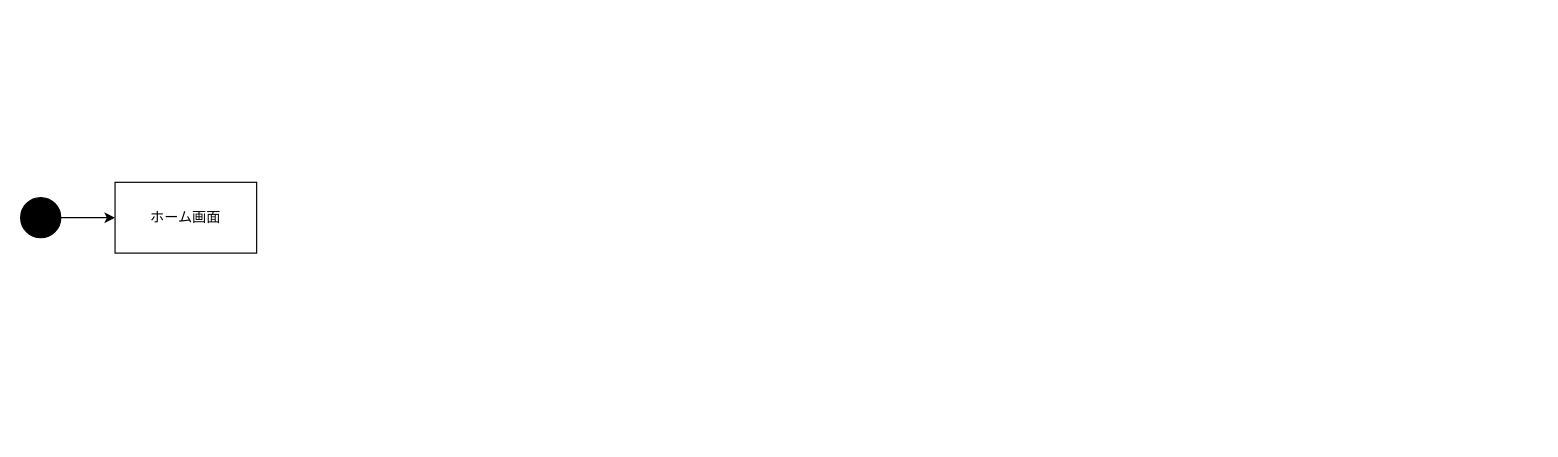
Above: page "アカウント" (3 of 3) of desing/STD.dio in miyong00/ServerProgramming-2026 (draw.io), before the change. Source tidied: cells renumbered, new cells numbered last; positions are measured from the earlier drawing's top-left corner, leaving out a move shared by most shapes. Both pictures are drawn from the tidied source at 118%, with x=0, y=0 at pixel (20, 182).
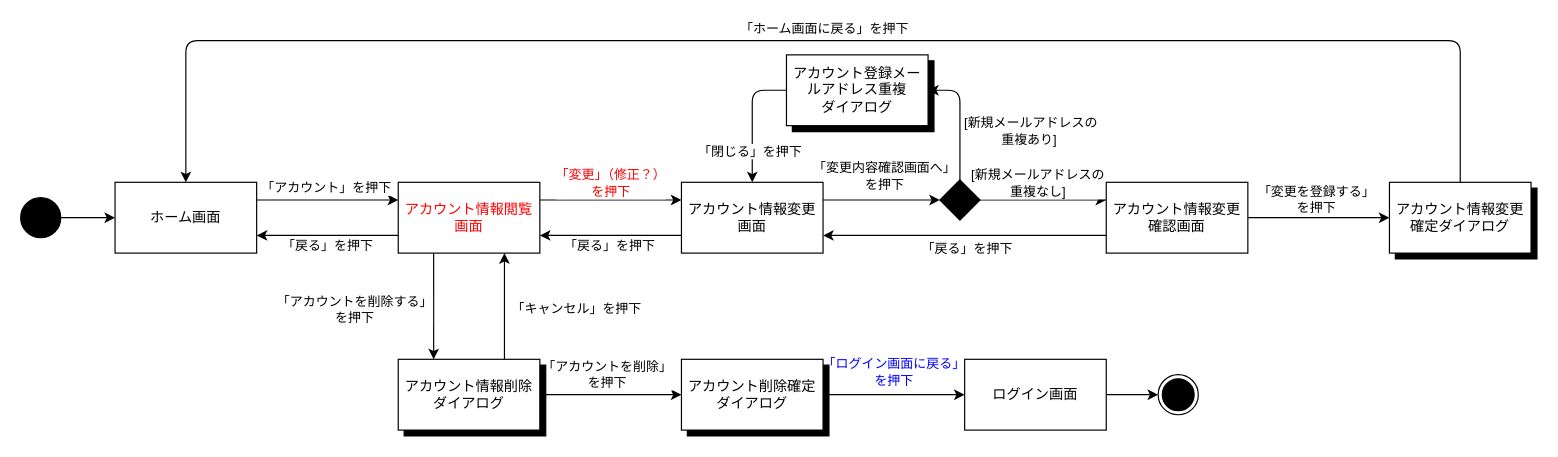
Above is the later version.

Commit message:
feat: アカウントの画面遷移図

The change refers to these unchanged cells:
```xml
<mxCell id="2" value="ホーム画面" style="rounded=0;whiteSpace=wrap;html=1;" parent="1" vertex="1">
  <mxGeometry x="80" width="120" height="60" as="geometry" />
</mxCell>
```

What changed in the source:
```diff
@@
+    <mxCell id="5" style="edgeStyle=none;html=1;exitX=1;exitY=0.25;exitDx=0;exitDy=0;entryX=0;entryY=0.25;entryDx=0;entryDy=0;" parent="1" edge="1" source="2" target="13">
+      <mxGeometry relative="1" as="geometry" />
+    </mxCell>
+    <mxCell id="6" value="「アカウント」を押下" style="edgeLabel;html=1;align=center;verticalAlign=middle;" parent="5" vertex="1">
+      <mxGeometry x="-0.03" y="2" relative="1" as="geometry">
+        <mxPoint y="-9" as="offset" />
+      </mxGeometry>
+    </mxCell>
@@
+    <mxCell id="7" style="edgeStyle=none;html=1;exitX=0;exitY=0.75;exitDx=0;exitDy=0;entryX=1;entryY=0.75;entryDx=0;entryDy=0;" parent="1" edge="1" source="13" target="2">
+      <mxGeometry relative="1" as="geometry" />
+    </mxCell>
+    <mxCell id="8" value="「戻る」を押下" style="edgeLabel;html=1;align=center;verticalAlign=middle;" parent="7" vertex="1">
+      <mxGeometry x="0.01" y="2" relative="1" as="geometry">
+        <mxPoint y="6" as="offset" />
+      </mxGeometry>
+    </mxCell>
+    <mxCell id="9" style="edgeStyle=none;html=1;exitX=1;exitY=0.25;exitDx=0;exitDy=0;entryX=0;entryY=0.25;entryDx=0;entryDy=0;" parent="1" edge="1" source="13" target="18">
+      <mxGeometry relative="1" as="geometry" />
+    </mxCell>
+    <mxCell id="10" value="&lt;span style=&quot;color: rgb(255, 0, 0);&quot;&gt;「変更」（修正？）&lt;/span&gt;&lt;div&gt;&lt;span style=&quot;color: rgb(255, 0, 0);&quot;&gt;を押下&lt;/span&gt;&lt;/div&gt;" style="edgeLabel;html=1;align=center;verticalAlign=middle;" parent="9" vertex="1">
+      <mxGeometry x="-0.01" relative="1" as="geometry">
+        <mxPoint y="-15" as="offset" />
+      </mxGeometry>
+    </mxCell>
+    <mxCell id="11" style="edgeStyle=none;html=1;exitX=0.25;exitY=1;exitDx=0;exitDy=0;entryX=0.25;entryY=0;entryDx=0;entryDy=0;" parent="1" edge="1" source="13" target="52">
+      <mxGeometry relative="1" as="geometry" />
+    </mxCell>
+    <mxCell id="12" value="「アカウントを削除する」&lt;div&gt;を押下&lt;/div&gt;" style="edgeLabel;html=1;align=center;verticalAlign=middle;" parent="11" vertex="1">
+      <mxGeometry x="-0.07" y="1" relative="1" as="geometry">
+        <mxPoint x="-69" y="5" as="offset" />
+      </mxGeometry>
+    </mxCell>
+    <mxCell id="13" value="&lt;span style=&quot;color: rgb(255, 0, 0);&quot;&gt;アカウント情報閲覧画面&lt;/span&gt;" style="rounded=0;whiteSpace=wrap;html=1;" parent="1" vertex="1">
+      <mxGeometry x="320" width="120" height="60" as="geometry" />
+    </mxCell>
+    <mxCell id="14" style="edgeStyle=none;html=1;exitX=0;exitY=0.75;exitDx=0;exitDy=0;entryX=1;entryY=0.75;entryDx=0;entryDy=0;" parent="1" edge="1" source="18" target="13">
+      <mxGeometry relative="1" as="geometry" />
+    </mxCell>
+    <mxCell id="15" value="「戻る」を押下" style="edgeLabel;html=1;align=center;verticalAlign=middle;" parent="14" vertex="1">
+      <mxGeometry x="0.03" y="1" relative="1" as="geometry">
+        <mxPoint y="7" as="offset" />
+      </mxGeometry>
+    </mxCell>
+    <mxCell id="16" style="edgeStyle=none;html=1;exitX=1;exitY=0.25;exitDx=0;exitDy=0;entryX=0;entryY=0.5;entryDx=0;entryDy=0;" parent="1" edge="1" source="18" target="30">
+      <mxGeometry relative="1" as="geometry" />
+    </mxCell>
+    <mxCell id="17" value="「変更内容確認画面へ」&lt;div&gt;を押下&lt;/div&gt;" style="edgeLabel;html=1;align=center;verticalAlign=middle;" parent="16" vertex="1">
+      <mxGeometry x="-0.13" relative="1" as="geometry">
+        <mxPoint x="8" y="-21" as="offset" />
+      </mxGeometry>
+    </mxCell>
+    <mxCell id="18" value="アカウント情報変更画面" style="whiteSpace=wrap;html=1;" parent="1" vertex="1">
+      <mxGeometry x="560" width="120" height="60" as="geometry" />
+    </mxCell>
+    <mxCell id="19" style="edgeStyle=none;html=1;exitX=0;exitY=0.75;exitDx=0;exitDy=0;entryX=1;entryY=0.75;entryDx=0;entryDy=0;" parent="1" edge="1" source="23" target="18">
+      <mxGeometry relative="1" as="geometry" />
+    </mxCell>
+    <mxCell id="20" value="「戻る」を押下" style="edgeLabel;html=1;align=center;verticalAlign=middle;" parent="19" vertex="1">
+      <mxGeometry x="-0.02" y="1" relative="1" as="geometry">
+        <mxPoint x="-1" y="9" as="offset" />
+      </mxGeometry>
+    </mxCell>
+    <mxCell id="21" style="edgeStyle=none;html=1;exitX=1;exitY=0.5;exitDx=0;exitDy=0;entryX=0;entryY=0.5;entryDx=0;entryDy=0;" parent="1" edge="1" source="23" target="38">
+      <mxGeometry relative="1" as="geometry" />
+    </mxCell>
+    <mxCell id="22" value="「変更を登録する」&lt;div&gt;を押下&lt;/div&gt;" style="edgeLabel;html=1;align=center;verticalAlign=middle;" parent="21" vertex="1">
+      <mxGeometry x="-0.04" y="1" relative="1" as="geometry">
+        <mxPoint x="-1" y="-15" as="offset" />
+      </mxGeometry>
+    </mxCell>
+    <mxCell id="23" value="アカウント情&lt;span style=&quot;background-color: transparent; color: light-dark(#000000, var(--ge-light-color, #ffffff));&quot;&gt;報&lt;/span&gt;&lt;span style=&quot;background-color: transparent; color: light-dark(#000000, var(--ge-light-color, #ffffff));&quot;&gt;変更確認画面&lt;/span&gt;" style="rounded=0;whiteSpace=wrap;html=1;" parent="1" vertex="1">
+      <mxGeometry x="920" width="120" height="60" as="geometry" />
+    </mxCell>
+    <mxCell id="24" style="edgeStyle=orthogonalEdgeStyle;html=1;exitX=0.5;exitY=0;exitDx=0;exitDy=0;entryX=0.5;entryY=0;entryDx=0;entryDy=0;" parent="1" edge="1" source="38" target="2">
+      <mxGeometry relative="1" as="geometry">
+        <Array as="points">
+          <mxPoint x="1220" y="-120" />
+          <mxPoint x="140" y="-120" />
+        </Array>
+      </mxGeometry>
+    </mxCell>
+    <mxCell id="25" value="「ホーム画面に戻る」を押下" style="edgeLabel;html=1;align=center;verticalAlign=middle;" parent="24" vertex="1">
+      <mxGeometry y="-4" relative="1" as="geometry">
+        <mxPoint y="-7" as="offset" />
+      </mxGeometry>
+    </mxCell>
+    <mxCell id="26" style="edgeStyle=none;html=1;exitX=1;exitY=0.5;exitDx=0;exitDy=0;entryX=0;entryY=0.25;entryDx=0;entryDy=0;" parent="1" edge="1" source="30" target="23">
+      <mxGeometry relative="1" as="geometry" />
+    </mxCell>
+    <mxCell id="27" value="[新規メールアドレスの&lt;div&gt;重複なし]&lt;/div&gt;" style="edgeLabel;html=1;align=center;verticalAlign=middle;" parent="26" vertex="1">
+      <mxGeometry x="0.42" y="1" relative="1" as="geometry">
+        <mxPoint x="-28" y="-14" as="offset" />
+      </mxGeometry>
+    </mxCell>
+    <mxCell id="28" style="edgeStyle=orthogonalEdgeStyle;html=1;exitX=0.5;exitY=0;exitDx=0;exitDy=0;entryX=1;entryY=0.5;entryDx=0;entryDy=0;" parent="1" edge="1" source="30" target="35">
+      <mxGeometry relative="1" as="geometry" />
+    </mxCell>
+    <mxCell id="29" value="[新規メールアドレスの&lt;div&gt;重複あり]&amp;nbsp;&lt;/div&gt;" style="edgeLabel;html=1;align=center;verticalAlign=middle;" parent="28" vertex="1">
+      <mxGeometry x="-0.19" y="-1" relative="1" as="geometry">
+        <mxPoint x="58" as="offset" />
+      </mxGeometry>
+    </mxCell>
+    <mxCell id="30" style="rhombus;whiteSpace=wrap;html=1;shapeInside=1;fillColor=#000000;" parent="1" vertex="1">
+      <mxGeometry x="779" y="-2" width="34" height="34" as="geometry" />
+    </mxCell>
+    <mxCell id="31" style="edgeStyle=orthogonalEdgeStyle;html=1;exitX=0;exitY=0.5;exitDx=0;exitDy=0;entryX=0.5;entryY=0;entryDx=0;entryDy=0;" parent="1" edge="1" source="35" target="18">
+      <mxGeometry relative="1" as="geometry" />
+    </mxCell>
+    <mxCell id="32" value="「閉じる」を押下" style="edgeLabel;html=1;align=center;verticalAlign=middle;" parent="31" vertex="1">
+      <mxGeometry x="-0.05" y="-3" relative="1" as="geometry">
+        <mxPoint y="29" as="offset" />
+      </mxGeometry>
+    </mxCell>
+    <mxCell id="33" style="group;" parent="1" vertex="1">
+      <mxGeometry x="649" y="-108" width="125" height="65" as="geometry" />
+    </mxCell>
+    <mxCell id="34" style="verticalLabelPosition=bottom;verticalAlign=top;html=1;shape=mxgraph.basic.rect;fillColor2=none;strokeWidth=1;size=20;indent=5;fillColor=#000000;" parent="33" vertex="1">
+      <mxGeometry x="5" y="5" width="120" height="60" as="geometry" />
+    </mxCell>
+    <mxCell id="35" value="アカウント登録メールアドレス重複&lt;div&gt;ダイアログ&lt;/div&gt;" style="rounded=0;whiteSpace=wrap;html=1;" parent="33" vertex="1">
+      <mxGeometry width="120" height="60" as="geometry" />
+    </mxCell>
+    <mxCell id="36" style="group;" parent="1" vertex="1">
+      <mxGeometry x="1160" width="125" height="65" as="geometry" />
+    </mxCell>
+    <mxCell id="37" style="verticalLabelPosition=bottom;verticalAlign=top;html=1;shape=mxgraph.basic.rect;fillColor2=none;strokeWidth=1;size=20;indent=5;fillColor=#000000;" parent="36" vertex="1">
+      <mxGeometry x="5" y="5" width="120" height="60" as="geometry" />
+    </mxCell>
+    <mxCell id="38" value="アカウント情報変更確定ダイアログ" style="rounded=0;whiteSpace=wrap;html=1;" parent="36" vertex="1">
+      <mxGeometry width="120" height="60" as="geometry" />
+    </mxCell>
+    <mxCell id="39" style="edgeStyle=none;html=1;exitX=0.75;exitY=0;exitDx=0;exitDy=0;entryX=0.75;entryY=1;entryDx=0;entryDy=0;" parent="1" edge="1" source="52" target="13">
+      <mxGeometry relative="1" as="geometry" />
+    </mxCell>
+    <mxCell id="40" value="「キャンセル」を押下" style="edgeLabel;html=1;align=center;verticalAlign=middle;" parent="39" vertex="1">
+      <mxGeometry x="-0.03" y="-2" relative="1" as="geometry">
+        <mxPoint x="58" as="offset" />
+      </mxGeometry>
+    </mxCell>
+    <mxCell id="41" style="edgeStyle=none;html=1;exitX=1;exitY=0.5;exitDx=0;exitDy=0;entryX=0;entryY=0.5;entryDx=0;entryDy=0;" parent="1" edge="1" source="52" target="55">
+      <mxGeometry relative="1" as="geometry" />
+    </mxCell>
+    <mxCell id="42" value="「アカウントを削除」&lt;div&gt;を押下&lt;/div&gt;" style="edgeLabel;html=1;align=center;verticalAlign=middle;" parent="41" vertex="1">
+      <mxGeometry x="-0.1" y="2" relative="1" as="geometry">
+        <mxPoint x="2" y="-16" as="offset" />
+      </mxGeometry>
+    </mxCell>
+    <mxCell id="43" style="edgeStyle=none;html=1;exitX=1;exitY=0.5;exitDx=0;exitDy=0;entryX=0;entryY=0.5;entryDx=0;entryDy=0;" parent="1" edge="1" source="55" target="46">
+      <mxGeometry relative="1" as="geometry" />
+    </mxCell>
+    <mxCell id="44" value="&lt;span style=&quot;color: rgb(0, 0, 255);&quot;&gt;「ログイン画面に戻る」&lt;/span&gt;&lt;div&gt;&lt;span style=&quot;color: rgb(0, 0, 255);&quot;&gt;を押下&lt;/span&gt;&lt;/div&gt;" style="edgeLabel;html=1;align=center;verticalAlign=middle;" parent="43" vertex="1">
+      <mxGeometry x="-0.01" y="1" relative="1" as="geometry">
+        <mxPoint y="-19" as="offset" />
+      </mxGeometry>
+    </mxCell>
+    <mxCell id="45" style="edgeStyle=none;html=1;exitX=1;exitY=0.5;exitDx=0;exitDy=0;entryX=0;entryY=0.5;entryDx=0;entryDy=0;" parent="1" edge="1" source="46" target="48">
+      <mxGeometry relative="1" as="geometry" />
+    </mxCell>
+    <mxCell id="46" value="ログイン画面" style="rounded=0;whiteSpace=wrap;html=1;" parent="1" vertex="1">
+      <mxGeometry x="800" y="150" width="120" height="60" as="geometry" />
+    </mxCell>
+    <mxCell id="47" style="group;" parent="1" vertex="1">
+      <mxGeometry x="964" y="163" width="34" height="34" as="geometry" />
+    </mxCell>
+    <mxCell id="48" style="ellipse;whiteSpace=wrap;html=1;shapeInside=1;" parent="47" vertex="1">
+      <mxGeometry width="34" height="34" as="geometry" />
+    </mxCell>
+    <mxCell id="49" style="ellipse;whiteSpace=wrap;html=1;shapeInside=1;fillColor=#000000;fontSize=12;" parent="47" vertex="1">
+      <mxGeometry x="3.5" y="3.5" width="27" height="27" as="geometry" />
+    </mxCell>
+    <mxCell id="50" style="group;" parent="1" vertex="1">
+      <mxGeometry x="320" y="150" width="125" height="65" as="geometry" />
+    </mxCell>
+    <mxCell id="51" style="verticalLabelPosition=bottom;verticalAlign=top;html=1;shape=mxgraph.basic.rect;fillColor2=none;strokeWidth=1;size=20;indent=5;fillColor=#000000;" parent="50" vertex="1">
+      <mxGeometry x="5" y="5" width="120" height="60" as="geometry" />
+    </mxCell>
+    <mxCell id="52" value="アカウント情報削除ダイアログ" style="rounded=0;whiteSpace=wrap;html=1;" parent="50" vertex="1">
+      <mxGeometry width="120" height="60" as="geometry" />
+    </mxCell>
+    <mxCell id="53" style="group;" parent="1" vertex="1">
+      <mxGeometry x="560" y="150" width="125" height="65" as="geometry" />
+    </mxCell>
+    <mxCell id="54" style="verticalLabelPosition=bottom;verticalAlign=top;html=1;shape=mxgraph.basic.rect;fillColor2=none;strokeWidth=1;size=20;indent=5;fillColor=#000000;" parent="53" vertex="1">
+      <mxGeometry x="5" y="5" width="120" height="60" as="geometry" />
+    </mxCell>
+    <mxCell id="55" value="アカウント削除確定ダイアログ" style="rounded=0;whiteSpace=wrap;html=1;" parent="53" vertex="1">
+      <mxGeometry width="120" height="60" as="geometry" />
+    </mxCell>
```
